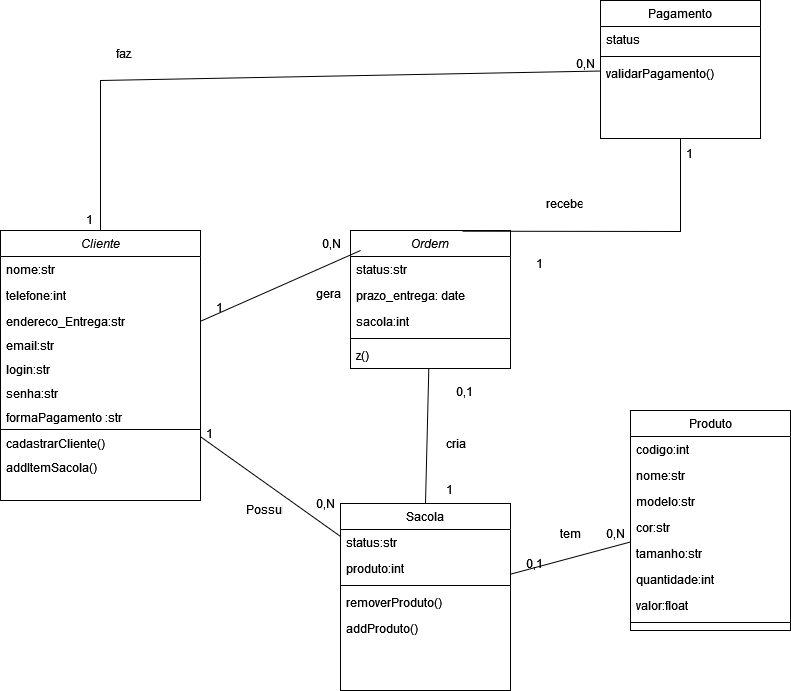
Earlier version of the draw.io export e-commerceB.drawio.png (Tpirate90/TP90). Source tidied: cells renumbered, new cells last; positions are measured from the earlier drawing's top-left corner, leaving out a move shared by most shapes.
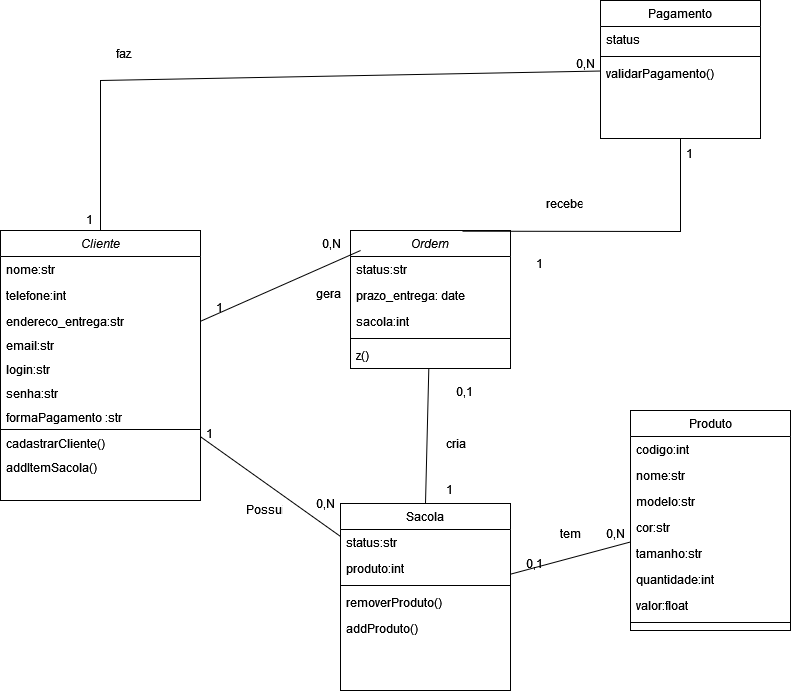
After the commit.

Diff of the diagram source:
```diff
@@ -11,7 +11,7 @@
     <mxCell id="4" value="telefone:int" style="text;align=left;verticalAlign=top;spacingLeft=4;spacingRight=4;overflow=hidden;rounded=0;shadow=0;html=0;" parent="2" vertex="1">
       <mxGeometry y="52" width="200" height="26" as="geometry" />
     </mxCell>
-    <mxCell id="5" value="endereco_Entrega:str" style="text;align=left;verticalAlign=top;spacingLeft=4;spacingRight=4;overflow=hidden;rounded=0;shadow=0;html=0;" parent="2" vertex="1">
+    <mxCell id="5" value="endereco_entrega:str" style="text;align=left;verticalAlign=top;spacingLeft=4;spacingRight=4;overflow=hidden;rounded=0;shadow=0;html=0;" parent="2" vertex="1">
       <mxGeometry y="78" width="200" height="24" as="geometry" />
     </mxCell>
     <mxCell id="6" value="email:str" style="text;align=left;verticalAlign=top;spacingLeft=4;spacingRight=4;overflow=hidden;rounded=0;shadow=0;html=0;" parent="2" vertex="1">
```
